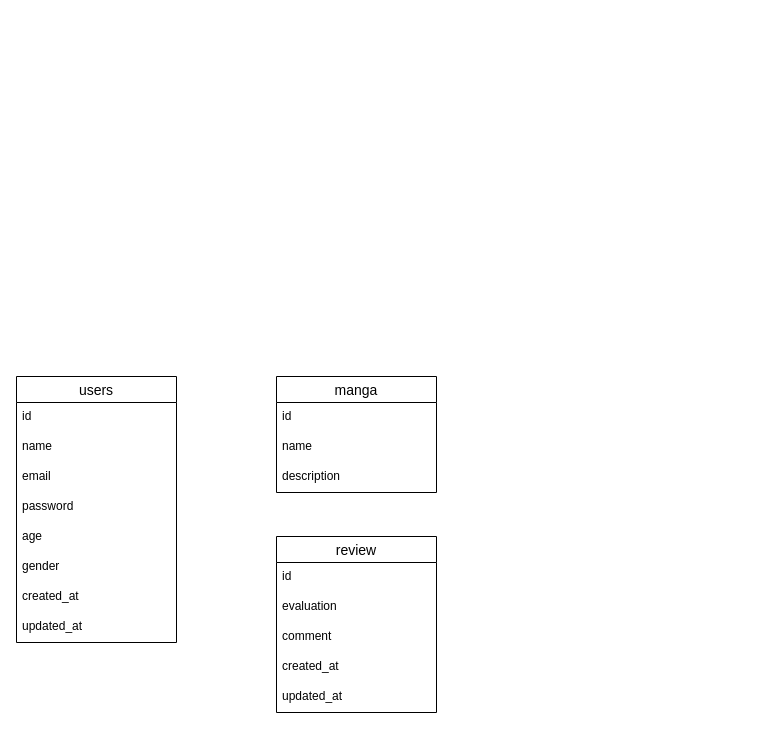
This is Draw.io/test.drawio from AkitoAndo/laravel_manga_review, a draw.io file, before an edit. Source tidied: cells renumbered, new cells numbered last; positions are measured from the earlier drawing's top-left corner, leaving out a move shared by most shapes. Both pictures are drawn from the tidied source at 100%, with x=0, y=0 at pixel (16, 376).
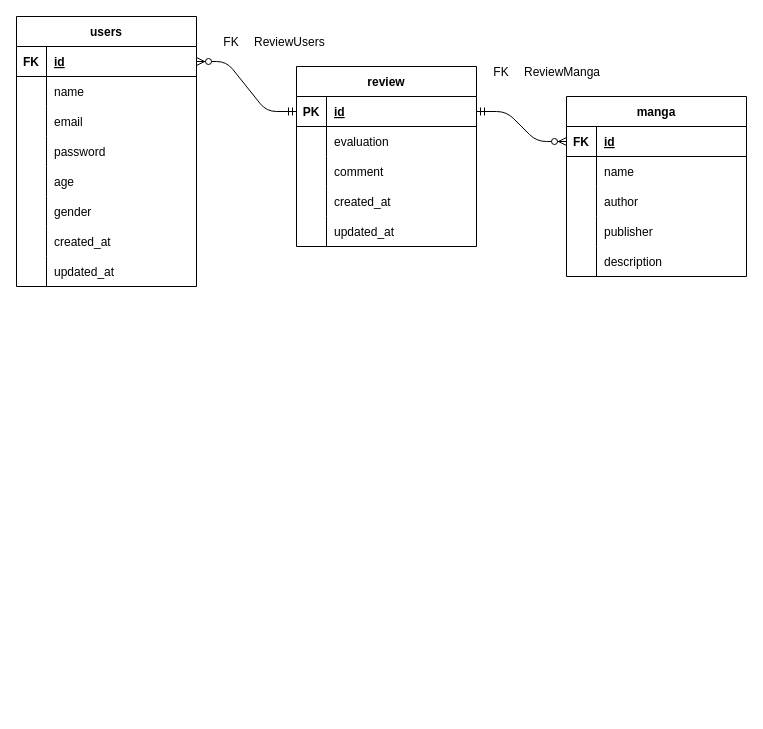
The same diagram, later.

Commit message:
データベース設計改良

Change to the diagram source:
```diff
@@
-    <mxCell id="2" value="users" style="swimlane;fontStyle=0;horizontal=1;startSize=26;align=center;fontSize=14;" parent="1" vertex="1">
-      <mxGeometry width="160" height="266" as="geometry" />
+    <mxCell id="2" value="users" style="shape=table;startSize=30;childLayout=tableLayout;rowLines=0;fontStyle=1;align=center;" parent="1" vertex="1">
+      <mxGeometry y="-360" width="180" height="270" as="geometry" />
     </mxCell>
-    <mxCell id="3" value="id" style="text;strokeColor=none;fillColor=none;spacingLeft=4;spacingRight=4;overflow=hidden;fontSize=12;" parent="2" vertex="1">
-      <mxGeometry y="26" width="160" height="30" as="geometry" />
-    </mxCell>
-    <mxCell id="4" value="name" style="text;strokeColor=none;fillColor=none;spacingLeft=4;spacingRight=4;overflow=hidden;fontSize=12;" parent="2" vertex="1">
-      <mxGeometry y="56" width="160" height="30" as="geometry" />
-    </mxCell>
+    <mxCell id="21" style="shape=partialRectangle;fillColor=none;top=0;left=0;bottom=1;right=0;points=[[0,0.5],[1,0.5]];portConstraint=eastwest;" parent="2" vertex="1">
+      <mxGeometry y="30" width="180" height="30" as="geometry" />
+    </mxCell>
+    <mxCell id="22" value="FK" style="shape=partialRectangle;fillColor=none;top=0;left=0;bottom=0;right=0;fontStyle=1;overflow=hidden;" parent="21" vertex="1">
+      <mxGeometry width="30" height="30" as="geometry" />
+    </mxCell>
+    <mxCell id="23" value="id" style="shape=partialRectangle;fillColor=none;top=0;left=0;bottom=0;right=0;align=left;spacingLeft=6;fontStyle=5;overflow=hidden;" parent="21" vertex="1">
+      <mxGeometry x="30" width="150" height="30" as="geometry" />
+    </mxCell>
+    <mxCell id="24" style="shape=partialRectangle;fillColor=none;top=0;left=0;bottom=0;right=0;" parent="2" vertex="1">
+      <mxGeometry y="60" width="180" height="30" as="geometry" />
+    </mxCell>
+    <mxCell id="25" style="shape=partialRectangle;fillColor=none;top=0;left=0;bottom=0;right=0;overflow=hidden;" parent="24" vertex="1">
+      <mxGeometry width="30" height="30" as="geometry" />
+    </mxCell>
+    <mxCell id="26" value="name" style="shape=partialRectangle;fillColor=none;top=0;left=0;bottom=0;right=0;align=left;spacingLeft=6;overflow=hidden;" parent="24" vertex="1">
+      <mxGeometry x="30" width="150" height="30" as="geometry" />
+    </mxCell>
+    <mxCell id="27" style="shape=partialRectangle;fillColor=none;top=0;left=0;bottom=0;right=0;" parent="2" vertex="1">
+      <mxGeometry y="90" width="180" height="30" as="geometry" />
+    </mxCell>
+    <mxCell id="28" style="shape=partialRectangle;fillColor=none;top=0;left=0;bottom=0;right=0;overflow=hidden;" parent="27" vertex="1">
+      <mxGeometry width="30" height="30" as="geometry" />
+    </mxCell>
-    <mxCell id="5" value="email" style="text;strokeColor=none;fillColor=none;spacingLeft=4;spacingRight=4;overflow=hidden;fontSize=12;" parent="2" vertex="1">
-      <mxGeometry y="86" width="160" height="30" as="geometry" />
+    <mxCell id="5" value="email" style="shape=partialRectangle;fillColor=none;top=0;left=0;bottom=0;right=0;align=left;spacingLeft=6;overflow=hidden;" parent="27" vertex="1">
+      <mxGeometry x="30" width="150" height="30" as="geometry" />
     </mxCell>
+    <mxCell id="29" style="shape=partialRectangle;fillColor=none;top=0;left=0;bottom=0;right=0;" parent="2" vertex="1">
+      <mxGeometry y="120" width="180" height="30" as="geometry" />
+    </mxCell>
+    <mxCell id="30" style="shape=partialRectangle;fillColor=none;top=0;left=0;bottom=0;right=0;overflow=hidden;" parent="29" vertex="1">
+      <mxGeometry width="30" height="30" as="geometry" />
+    </mxCell>
-    <mxCell id="6" value="password" style="text;strokeColor=none;fillColor=none;spacingLeft=4;spacingRight=4;overflow=hidden;fontSize=12;" parent="2" vertex="1">
-      <mxGeometry y="116" width="160" height="30" as="geometry" />
+    <mxCell id="6" value="password" style="shape=partialRectangle;fillColor=none;top=0;left=0;bottom=0;right=0;align=left;spacingLeft=6;overflow=hidden;" parent="29" vertex="1">
+      <mxGeometry x="30" width="150" height="30" as="geometry" />
     </mxCell>
+    <mxCell id="31" style="shape=partialRectangle;fillColor=none;top=0;left=0;bottom=0;right=0;" parent="2" vertex="1">
+      <mxGeometry y="150" width="180" height="30" as="geometry" />
+    </mxCell>
+    <mxCell id="32" style="shape=partialRectangle;fillColor=none;top=0;left=0;bottom=0;right=0;overflow=hidden;" parent="31" vertex="1">
+      <mxGeometry width="30" height="30" as="geometry" />
+    </mxCell>
-    <mxCell id="7" value="age" style="text;strokeColor=none;fillColor=none;spacingLeft=4;spacingRight=4;overflow=hidden;fontSize=12;" parent="2" vertex="1">
-      <mxGeometry y="146" width="160" height="30" as="geometry" />
+    <mxCell id="7" value="age" style="shape=partialRectangle;fillColor=none;top=0;left=0;bottom=0;right=0;align=left;spacingLeft=6;overflow=hidden;" parent="31" vertex="1">
+      <mxGeometry x="30" width="150" height="30" as="geometry" />
     </mxCell>
+    <mxCell id="33" style="shape=partialRectangle;fillColor=none;top=0;left=0;bottom=0;right=0;" parent="2" vertex="1">
+      <mxGeometry y="180" width="180" height="30" as="geometry" />
+    </mxCell>
+    <mxCell id="34" style="shape=partialRectangle;fillColor=none;top=0;left=0;bottom=0;right=0;overflow=hidden;" parent="33" vertex="1">
+      <mxGeometry width="30" height="30" as="geometry" />
+    </mxCell>
-    <mxCell id="8" value="gender" style="text;strokeColor=none;fillColor=none;spacingLeft=4;spacingRight=4;overflow=hidden;fontSize=12;" parent="2" vertex="1">
-      <mxGeometry y="176" width="160" height="30" as="geometry" />
+    <mxCell id="8" value="gender" style="shape=partialRectangle;fillColor=none;top=0;left=0;bottom=0;right=0;align=left;spacingLeft=6;overflow=hidden;" parent="33" vertex="1">
+      <mxGeometry x="30" width="150" height="30" as="geometry" />
     </mxCell>
-    <mxCell id="9" value="created_at" style="text;strokeColor=none;fillColor=none;spacingLeft=4;spacingRight=4;overflow=hidden;fontSize=12;" parent="2" vertex="1">
-      <mxGeometry y="206" width="160" height="30" as="geometry" />
-    </mxCell>
-    <mxCell id="10" value="updated_at" style="text;strokeColor=none;fillColor=none;spacingLeft=4;spacingRight=4;overflow=hidden;fontSize=12;" parent="2" vertex="1">
-      <mxGeometry y="236" width="160" height="30" as="geometry" />
-    </mxCell>
+    <mxCell id="35" style="shape=partialRectangle;fillColor=none;top=0;left=0;bottom=0;right=0;" parent="2" vertex="1">
+      <mxGeometry y="210" width="180" height="30" as="geometry" />
+    </mxCell>
+    <mxCell id="36" style="shape=partialRectangle;fillColor=none;top=0;left=0;bottom=0;right=0;overflow=hidden;" parent="35" vertex="1">
+      <mxGeometry width="30" height="30" as="geometry" />
+    </mxCell>
+    <mxCell id="37" value="created_at" style="shape=partialRectangle;fillColor=none;top=0;left=0;bottom=0;right=0;align=left;spacingLeft=6;overflow=hidden;" parent="35" vertex="1">
+      <mxGeometry x="30" width="150" height="30" as="geometry" />
+    </mxCell>
+    <mxCell id="38" style="shape=partialRectangle;fillColor=none;top=0;left=0;bottom=0;right=0;" parent="2" vertex="1">
+      <mxGeometry y="240" width="180" height="30" as="geometry" />
+    </mxCell>
+    <mxCell id="39" style="shape=partialRectangle;fillColor=none;top=0;left=0;bottom=0;right=0;overflow=hidden;" parent="38" vertex="1">
+      <mxGeometry width="30" height="30" as="geometry" />
+    </mxCell>
+    <mxCell id="40" value="updated_at" style="shape=partialRectangle;fillColor=none;top=0;left=0;bottom=0;right=0;align=left;spacingLeft=6;overflow=hidden;" parent="38" vertex="1">
+      <mxGeometry x="30" width="150" height="30" as="geometry" />
+    </mxCell>
-    <mxCell id="11" value="manga" style="swimlane;fontStyle=0;horizontal=1;startSize=26;align=center;fontSize=14;" parent="1" vertex="1">
-      <mxGeometry x="260" width="160" height="116" as="geometry" />
+    <mxCell id="11" value="manga" style="shape=table;startSize=30;childLayout=tableLayout;rowLines=0;fontStyle=1;align=center;" parent="1" vertex="1">
+      <mxGeometry x="550" y="-280" width="180" height="180" as="geometry" />
     </mxCell>
-    <mxCell id="12" value="id" style="text;strokeColor=none;fillColor=none;spacingLeft=4;spacingRight=4;overflow=hidden;fontSize=12;" parent="11" vertex="1">
-      <mxGeometry y="26" width="160" height="30" as="geometry" />
-    </mxCell>
-    <mxCell id="13" value="name" style="text;strokeColor=none;fillColor=none;spacingLeft=4;spacingRight=4;overflow=hidden;fontSize=12;" parent="11" vertex="1">
-      <mxGeometry y="56" width="160" height="30" as="geometry" />
-    </mxCell>
+    <mxCell id="41" style="shape=partialRectangle;fillColor=none;top=0;left=0;bottom=1;right=0;points=[[0,0.5],[1,0.5]];portConstraint=eastwest;" parent="11" vertex="1">
+      <mxGeometry y="30" width="180" height="30" as="geometry" />
+    </mxCell>
+    <mxCell id="42" value="FK" style="shape=partialRectangle;fillColor=none;top=0;left=0;bottom=0;right=0;fontStyle=1;overflow=hidden;" parent="41" vertex="1">
+      <mxGeometry width="30" height="30" as="geometry" />
+    </mxCell>
+    <mxCell id="43" value="id" style="shape=partialRectangle;fillColor=none;top=0;left=0;bottom=0;right=0;align=left;spacingLeft=6;fontStyle=5;overflow=hidden;" parent="41" vertex="1">
+      <mxGeometry x="30" width="150" height="30" as="geometry" />
+    </mxCell>
+    <mxCell id="44" style="shape=partialRectangle;fillColor=none;top=0;left=0;bottom=0;right=0;" parent="11" vertex="1">
+      <mxGeometry y="60" width="180" height="30" as="geometry" />
+    </mxCell>
+    <mxCell id="45" style="shape=partialRectangle;fillColor=none;top=0;left=0;bottom=0;right=0;overflow=hidden;" parent="44" vertex="1">
+      <mxGeometry width="30" height="30" as="geometry" />
+    </mxCell>
+    <mxCell id="46" value="name" style="shape=partialRectangle;fillColor=none;top=0;left=0;bottom=0;right=0;align=left;spacingLeft=6;overflow=hidden;" parent="44" vertex="1">
+      <mxGeometry x="30" width="150" height="30" as="geometry" />
+    </mxCell>
+    <mxCell id="47" style="shape=partialRectangle;fillColor=none;top=0;left=0;bottom=0;right=0;" parent="11" vertex="1">
+      <mxGeometry y="90" width="180" height="30" as="geometry" />
+    </mxCell>
+    <mxCell id="48" style="shape=partialRectangle;fillColor=none;top=0;left=0;bottom=0;right=0;overflow=hidden;" parent="47" vertex="1">
+      <mxGeometry width="30" height="30" as="geometry" />
+    </mxCell>
+    <mxCell id="49" value="author" style="shape=partialRectangle;fillColor=none;top=0;left=0;bottom=0;right=0;align=left;spacingLeft=6;overflow=hidden;" parent="47" vertex="1">
+      <mxGeometry x="30" width="150" height="30" as="geometry" />
+    </mxCell>
+    <mxCell id="50" style="shape=partialRectangle;fillColor=none;top=0;left=0;bottom=0;right=0;" parent="11" vertex="1">
+      <mxGeometry y="120" width="180" height="30" as="geometry" />
+    </mxCell>
+    <mxCell id="51" style="shape=partialRectangle;fillColor=none;top=0;left=0;bottom=0;right=0;overflow=hidden;" parent="50" vertex="1">
+      <mxGeometry width="30" height="30" as="geometry" />
+    </mxCell>
+    <mxCell id="52" value="publisher" style="shape=partialRectangle;fillColor=none;top=0;left=0;bottom=0;right=0;align=left;spacingLeft=6;overflow=hidden;" parent="50" vertex="1">
+      <mxGeometry x="30" width="150" height="30" as="geometry" />
+    </mxCell>
+    <mxCell id="53" style="shape=partialRectangle;fillColor=none;top=0;left=0;bottom=0;right=0;" parent="11" vertex="1">
+      <mxGeometry y="150" width="180" height="30" as="geometry" />
+    </mxCell>
+    <mxCell id="54" style="shape=partialRectangle;fillColor=none;top=0;left=0;bottom=0;right=0;overflow=hidden;" parent="53" vertex="1">
+      <mxGeometry width="30" height="30" as="geometry" />
+    </mxCell>
-    <mxCell id="14" value="description" style="text;strokeColor=none;fillColor=none;spacingLeft=4;spacingRight=4;overflow=hidden;fontSize=12;" parent="11" vertex="1">
-      <mxGeometry y="86" width="160" height="30" as="geometry" />
+    <mxCell id="14" value="description" style="shape=partialRectangle;fillColor=none;top=0;left=0;bottom=0;right=0;align=left;spacingLeft=6;overflow=hidden;" parent="53" vertex="1">
+      <mxGeometry x="30" width="150" height="30" as="geometry" />
     </mxCell>
-    <mxCell id="15" value="review" style="swimlane;fontStyle=0;horizontal=1;startSize=26;align=center;fontSize=14;" parent="1" vertex="1">
-      <mxGeometry x="260" y="160" width="160" height="176" as="geometry" />
+    <mxCell id="15" value="review" style="shape=table;startSize=30;childLayout=tableLayout;rowLines=0;fontStyle=1;align=center;" parent="1" vertex="1">
+      <mxGeometry x="280" y="-310" width="180" height="180" as="geometry" />
     </mxCell>
-    <mxCell id="16" value="id" style="text;strokeColor=none;fillColor=none;spacingLeft=4;spacingRight=4;overflow=hidden;fontSize=12;" parent="15" vertex="1">
-      <mxGeometry y="26" width="160" height="30" as="geometry" />
-    </mxCell>
+    <mxCell id="55" style="shape=partialRectangle;fillColor=none;top=0;left=0;bottom=1;right=0;points=[[0,0.5],[1,0.5]];portConstraint=eastwest;" parent="15" vertex="1">
+      <mxGeometry y="30" width="180" height="30" as="geometry" />
+    </mxCell>
+    <mxCell id="56" value="PK" style="shape=partialRectangle;fillColor=none;top=0;left=0;bottom=0;right=0;fontStyle=1;overflow=hidden;" parent="55" vertex="1">
+      <mxGeometry width="30" height="30" as="geometry" />
+    </mxCell>
+    <mxCell id="57" value="id" style="shape=partialRectangle;fillColor=none;top=0;left=0;bottom=0;right=0;align=left;spacingLeft=6;fontStyle=5;overflow=hidden;" parent="55" vertex="1">
+      <mxGeometry x="30" width="150" height="30" as="geometry" />
+    </mxCell>
+    <mxCell id="58" style="shape=partialRectangle;fillColor=none;top=0;left=0;bottom=0;right=0;" parent="15" vertex="1">
+      <mxGeometry y="60" width="180" height="30" as="geometry" />
+    </mxCell>
+    <mxCell id="59" style="shape=partialRectangle;fillColor=none;top=0;left=0;bottom=0;right=0;overflow=hidden;" parent="58" vertex="1">
+      <mxGeometry width="30" height="30" as="geometry" />
+    </mxCell>
-    <mxCell id="17" value="evaluation" style="text;strokeColor=none;fillColor=none;spacingLeft=4;spacingRight=4;overflow=hidden;fontSize=12;" parent="15" vertex="1">
-      <mxGeometry y="56" width="160" height="30" as="geometry" />
+    <mxCell id="17" value="evaluation" style="shape=partialRectangle;fillColor=none;top=0;left=0;bottom=0;right=0;align=left;spacingLeft=6;overflow=hidden;" parent="58" vertex="1">
+      <mxGeometry x="30" width="150" height="30" as="geometry" />
     </mxCell>
+    <mxCell id="60" style="shape=partialRectangle;fillColor=none;top=0;left=0;bottom=0;right=0;" parent="15" vertex="1">
+      <mxGeometry y="90" width="180" height="30" as="geometry" />
+    </mxCell>
+    <mxCell id="61" style="shape=partialRectangle;fillColor=none;top=0;left=0;bottom=0;right=0;overflow=hidden;" parent="60" vertex="1">
+      <mxGeometry width="30" height="30" as="geometry" />
+    </mxCell>
-    <mxCell id="18" value="comment" style="text;strokeColor=none;fillColor=none;spacingLeft=4;spacingRight=4;overflow=hidden;fontSize=12;" parent="15" vertex="1">
-      <mxGeometry y="86" width="160" height="30" as="geometry" />
+    <mxCell id="18" value="comment" style="shape=partialRectangle;fillColor=none;top=0;left=0;bottom=0;right=0;align=left;spacingLeft=6;overflow=hidden;" parent="60" vertex="1">
+      <mxGeometry x="30" width="150" height="30" as="geometry" />
     </mxCell>
-    <mxCell id="19" value="created_at" style="text;strokeColor=none;fillColor=none;spacingLeft=4;spacingRight=4;overflow=hidden;fontSize=12;" parent="15" vertex="1">
-      <mxGeometry y="116" width="160" height="30" as="geometry" />
-    </mxCell>
-    <mxCell id="20" value="updated_at" style="text;strokeColor=none;fillColor=none;spacingLeft=4;spacingRight=4;overflow=hidden;fontSize=12;" parent="15" vertex="1">
-      <mxGeometry y="146" width="160" height="30" as="geometry" />
-    </mxCell>
+    <mxCell id="62" style="shape=partialRectangle;fillColor=none;top=0;left=0;bottom=0;right=0;" parent="15" vertex="1">
+      <mxGeometry y="120" width="180" height="30" as="geometry" />
+    </mxCell>
+    <mxCell id="63" style="shape=partialRectangle;fillColor=none;top=0;left=0;bottom=0;right=0;overflow=hidden;" parent="62" vertex="1">
+      <mxGeometry width="30" height="30" as="geometry" />
+    </mxCell>
+    <mxCell id="64" value="created_at" style="shape=partialRectangle;fillColor=none;top=0;left=0;bottom=0;right=0;align=left;spacingLeft=6;overflow=hidden;" parent="62" vertex="1">
+      <mxGeometry x="30" width="150" height="30" as="geometry" />
+    </mxCell>
+    <mxCell id="65" style="shape=partialRectangle;fillColor=none;top=0;left=0;bottom=0;right=0;" parent="15" vertex="1">
+      <mxGeometry y="150" width="180" height="30" as="geometry" />
+    </mxCell>
+    <mxCell id="66" style="shape=partialRectangle;fillColor=none;top=0;left=0;bottom=0;right=0;overflow=hidden;" parent="65" vertex="1">
+      <mxGeometry width="30" height="30" as="geometry" />
+    </mxCell>
+    <mxCell id="67" value="updated_at" style="shape=partialRectangle;fillColor=none;top=0;left=0;bottom=0;right=0;align=left;spacingLeft=6;overflow=hidden;" parent="65" vertex="1">
+      <mxGeometry x="30" width="150" height="30" as="geometry" />
+    </mxCell>
+    <mxCell id="68" style="edgeStyle=entityRelationEdgeStyle;fontSize=12;html=1;endArrow=ERzeroToMany;startArrow=ERmandOne;entryX=1;entryY=0.5;entryDx=0;entryDy=0;exitX=0;exitY=0.5;exitDx=0;exitDy=0;" parent="1" edge="1" source="55" target="21">
+      <mxGeometry relative="1" as="geometry" />
+    </mxCell>
+    <mxCell id="69" style="edgeStyle=entityRelationEdgeStyle;fontSize=12;html=1;endArrow=ERzeroToMany;startArrow=ERmandOne;entryX=0;entryY=0.5;entryDx=0;entryDy=0;" parent="1" edge="1" source="55" target="41">
+      <mxGeometry relative="1" as="geometry" />
+    </mxCell>
+    <mxCell id="70" style="shape=table;startSize=0;childLayout=tableLayout;rowLines=0;fontStyle=0;align=center;strokeColor=none;fillColor=none;" parent="1" vertex="1">
+      <mxGeometry x="200" y="-350" width="180" height="30" as="geometry" />
+    </mxCell>
+    <mxCell id="71" style="shape=partialRectangle;fillColor=none;top=0;left=0;bottom=0;right=0;" parent="70" vertex="1">
+      <mxGeometry width="180" height="30" as="geometry" />
+    </mxCell>
+    <mxCell id="72" value="FK" style="shape=partialRectangle;fillColor=none;top=0;left=0;bottom=0;right=0;fontStyle=0;overflow=hidden;" parent="71" vertex="1">
+      <mxGeometry width="30" height="30" as="geometry" />
+    </mxCell>
+    <mxCell id="73" value="ReviewUsers" style="shape=partialRectangle;fillColor=none;top=0;left=0;bottom=0;right=0;align=left;spacingLeft=6;fontStyle=0;overflow=hidden;" parent="71" vertex="1">
+      <mxGeometry x="30" width="150" height="30" as="geometry" />
+    </mxCell>
+    <mxCell id="74" style="shape=table;startSize=0;childLayout=tableLayout;rowLines=0;fontStyle=0;align=center;strokeColor=none;fillColor=none;" parent="1" vertex="1">
+      <mxGeometry x="470" y="-320" width="180" height="30" as="geometry" />
+    </mxCell>
+    <mxCell id="75" style="shape=partialRectangle;fillColor=none;top=0;left=0;bottom=0;right=0;" parent="74" vertex="1">
+      <mxGeometry width="180" height="30" as="geometry" />
+    </mxCell>
+    <mxCell id="76" value="FK" style="shape=partialRectangle;fillColor=none;top=0;left=0;bottom=0;right=0;fontStyle=0;overflow=hidden;" parent="75" vertex="1">
+      <mxGeometry width="30" height="30" as="geometry" />
+    </mxCell>
+    <mxCell id="77" value="ReviewManga" style="shape=partialRectangle;fillColor=none;top=0;left=0;bottom=0;right=0;align=left;spacingLeft=6;fontStyle=0;overflow=hidden;" parent="75" vertex="1">
+      <mxGeometry x="30" width="150" height="30" as="geometry" />
+    </mxCell>
```
